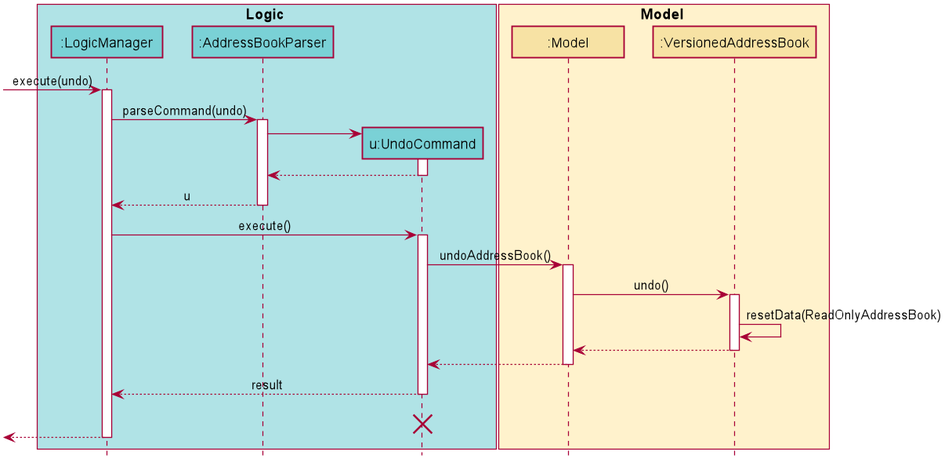
Above: docs/images/UndoSequenceDiagram.png in vanGoghhh/tp (PlantUML), before the change.
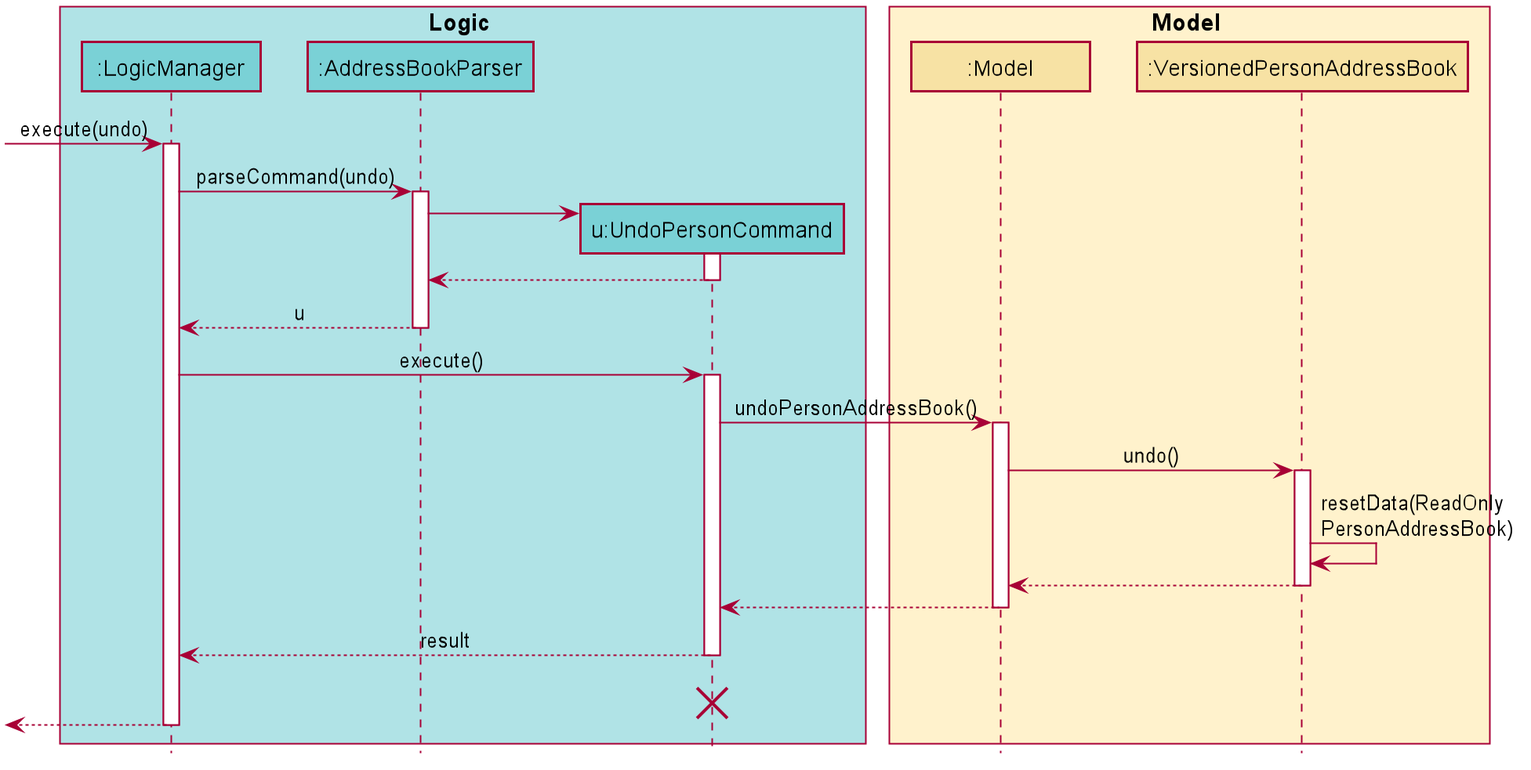
Above is the later version.

Change to the diagram source:
```diff
@@ -51,12 +51,12 @@
 box Logic #B0E3E6
 participant ":LogicManager" as LogicManager #7AD1D6
 participant ":AddressBookParser" as AddressBookParser #7AD1D6
-participant "u:UndoCommand" as UndoCommand #7AD1D6
+participant "u:UndoPersonCommand" as UndoPersonCommand #7AD1D6
 end box
 
 box Model #FFF2CC
 participant ":Model" as Model #F7E2A4
-participant ":VersionedAddressBook" as VersionedAddressBook #F7E2A4
+participant ":VersionedPersonAddressBook" as VersionedPersonAddressBook #F7E2A4
 end box
 [-> LogicManager : execute(undo)
 activate LogicManager
@@ -64,36 +64,36 @@
 LogicManager -> AddressBookParser : parseCommand(undo)
 activate AddressBookParser
 
-create UndoCommand
-AddressBookParser -> UndoCommand
-activate UndoCommand
+create UndoPersonCommand
+AddressBookParser -> UndoPersonCommand
+activate UndoPersonCommand
 
-UndoCommand --> AddressBookParser
-deactivate UndoCommand
+UndoPersonCommand --> AddressBookParser
+deactivate UndoPersonCommand
 
 AddressBookParser --> LogicManager : u
 deactivate AddressBookParser
 
-LogicManager -> UndoCommand : execute()
-activate UndoCommand
+LogicManager -> UndoPersonCommand : execute()
+activate UndoPersonCommand
 
-UndoCommand -> Model : undoAddressBook()
+UndoPersonCommand -> Model : undoPersonAddressBook()
 activate Model
 
-Model -> VersionedAddressBook : undo()
-activate VersionedAddressBook
+Model -> VersionedPersonAddressBook : undo()
+activate VersionedPersonAddressBook
 
-VersionedAddressBook -> VersionedAddressBook :resetData(ReadOnlyAddressBook)
-VersionedAddressBook --> Model :
-deactivate VersionedAddressBook
+VersionedPersonAddressBook -> VersionedPersonAddressBook :resetData(ReadOnly\nPersonAddressBook)
+VersionedPersonAddressBook --> Model :
+deactivate VersionedPersonAddressBook
 
-Model --> UndoCommand
+Model --> UndoPersonCommand
 deactivate Model
 
-UndoCommand --> LogicManager : result
-deactivate UndoCommand
-UndoCommand -[hidden]-> LogicManager : result
-destroy UndoCommand
+UndoPersonCommand --> LogicManager : result
+deactivate UndoPersonCommand
+UndoPersonCommand -[hidden]-> LogicManager : result
+destroy UndoPersonCommand
 
 [<--LogicManager
 deactivate LogicManager
```
